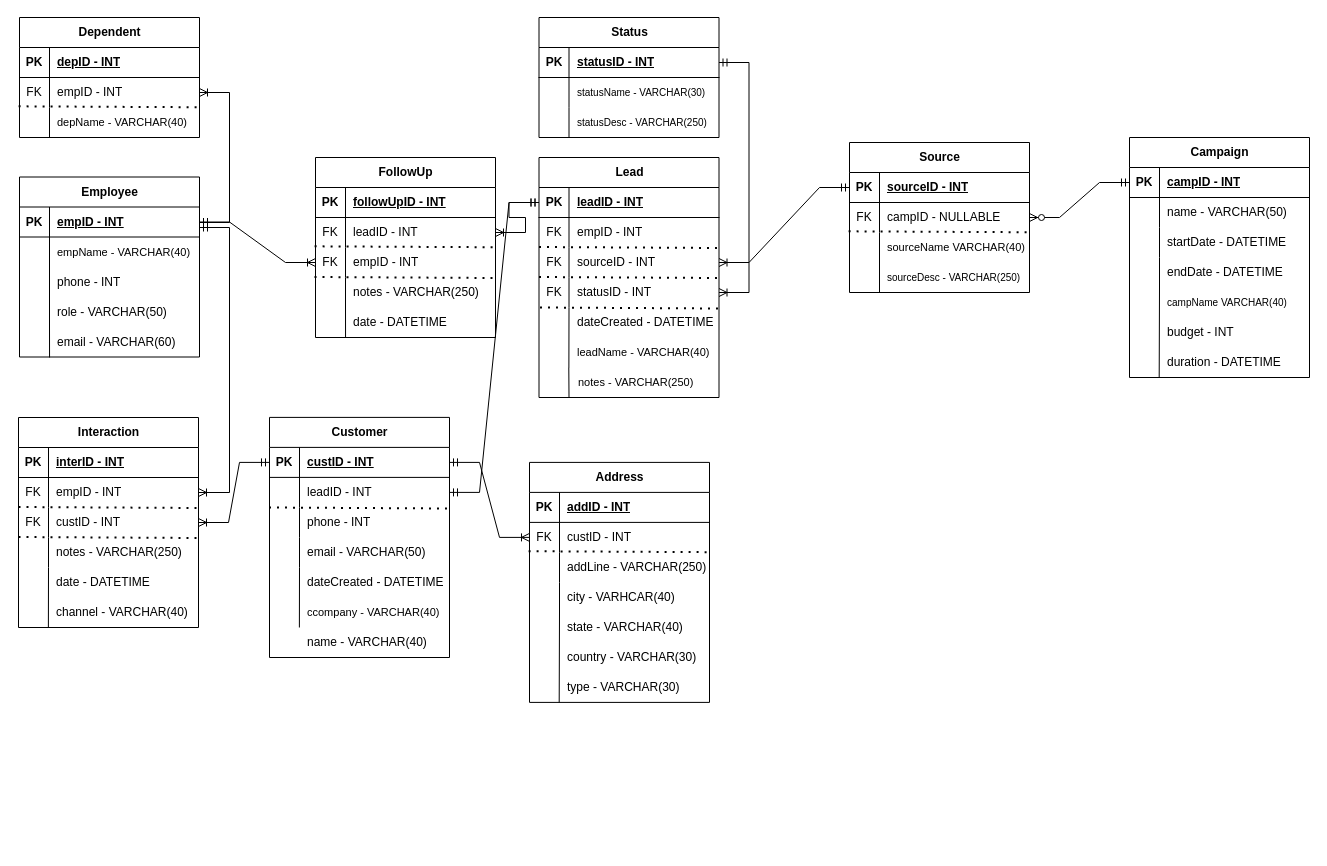
Earlier version of the draw.io diagram mapping.drawio (AnthonyEdward777/CRM-DBMS). Source tidied: cells renumbered, new cells numbered last; positions are measured from the earlier drawing's top-left corner, leaving out a move shared by most shapes. Both pictures are drawn from the tidied source at 100%, with x=0, y=0 at pixel (-21, 17).
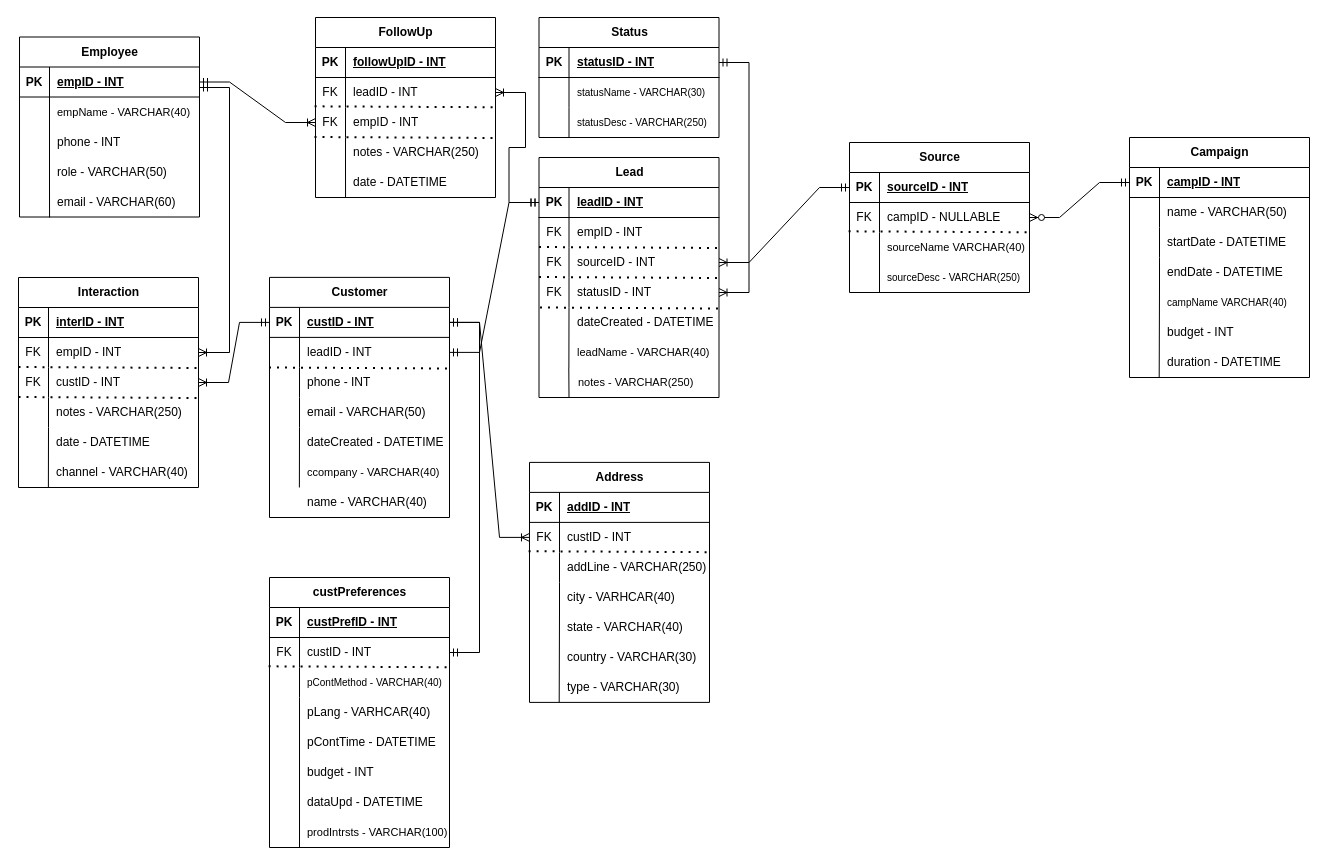
After the change.

Commit message (it also covers changes not shown here):
removed dependants and added custPrefrences

Unchanged cells that the change refers to:
```xml
<mxCell id="85" style="shape=tableRow;horizontal=0;startSize=0;swimlaneHead=0;swimlaneBody=0;fillColor=none;points=[[0,0.5],[1,0.5]];portConstraint=eastwest;top=0;left=0;right=0;bottom=0;swimlaneFillColor=none;labelBorderColor=none;labelBackgroundColor=none;" parent="81" vertex="1">
  <mxGeometry y="60" width="180" height="30" as="geometry" />
</mxCell>
<mxCell id="173" style="shape=tableRow;horizontal=0;startSize=0;swimlaneHead=0;swimlaneBody=0;fillColor=none;points=[[0,0.5],[1,0.5]];portConstraint=eastwest;top=0;left=0;right=0;bottom=1;" parent="172" vertex="1">
  <mxGeometry y="30" width="180" height="30" as="geometry" />
</mxCell>
```

The edit, as a diff of the source:
```diff
@@
-    <mxCell id="26" value="Dependent" style="shape=table;startSize=30;childLayout=tableLayout;rowLines=0;fontStyle=1;align=center;html=1;" parent="1" vertex="1">
-      <mxGeometry x="40" width="180" height="120" as="geometry" />
-    </mxCell>
-    <mxCell id="27" style="shape=tableRow;horizontal=0;startSize=0;swimlaneHead=0;swimlaneBody=0;fillColor=none;top=0;left=0;right=0;bottom=1;" parent="26" vertex="1">
-      <mxGeometry y="30" width="180" height="30" as="geometry" />
-    </mxCell>
-    <mxCell id="28" value="PK" style="shape=partialRectangle;fillColor=none;top=0;left=0;bottom=0;right=0;fontStyle=1;overflow=hidden;whiteSpace=wrap;html=1;" parent="27" vertex="1">
-      <mxGeometry width="30" height="30" as="geometry" />
-    </mxCell>
-    <mxCell id="29" value="depID - INT" style="shape=partialRectangle;fillColor=none;top=0;left=0;bottom=0;right=0;align=left;spacingLeft=6;fontStyle=5;overflow=hidden;whiteSpace=wrap;html=1;" parent="27" vertex="1">
-      <mxGeometry x="30" width="150" height="30" as="geometry" />
-    </mxCell>
-    <mxCell id="30" style="shape=tableRow;horizontal=0;startSize=0;swimlaneHead=0;swimlaneBody=0;fillColor=none;points=[[0,0.5],[1,0.5]];portConstraint=eastwest;top=0;left=0;right=0;bottom=0;swimlaneFillColor=none;labelBorderColor=none;labelBackgroundColor=none;" parent="26" vertex="1">
-      <mxGeometry y="60" width="180" height="30" as="geometry" />
-    </mxCell>
-    <mxCell id="31" value="FK" style="shape=partialRectangle;fillColor=none;top=0;left=0;bottom=0;right=0;overflow=hidden;whiteSpace=wrap;html=1;labelBorderColor=none;labelBackgroundColor=none;swimlaneFillColor=none;" parent="30" vertex="1">
-      <mxGeometry width="30" height="30" as="geometry" />
-    </mxCell>
-    <mxCell id="32" value="empID - INT" style="shape=partialRectangle;fillColor=none;top=0;left=0;bottom=0;right=0;align=left;spacingLeft=6;overflow=hidden;whiteSpace=wrap;html=1;labelBorderColor=none;labelBackgroundColor=none;swimlaneFillColor=none;" parent="30" vertex="1">
-      <mxGeometry x="30" width="150" height="30" as="geometry" />
-    </mxCell>
-    <mxCell id="33" style="shape=tableRow;horizontal=0;startSize=0;swimlaneHead=0;swimlaneBody=0;fillColor=none;points=[[0,0.5],[1,0.5]];portConstraint=eastwest;top=0;left=0;right=0;bottom=0;" parent="26" vertex="1">
-      <mxGeometry y="90" width="180" height="30" as="geometry" />
-    </mxCell>
-    <mxCell id="34" style="shape=partialRectangle;fillColor=none;top=0;left=0;bottom=0;right=0;overflow=hidden;whiteSpace=wrap;html=1;" parent="33" vertex="1">
-      <mxGeometry width="30" height="30" as="geometry" />
-    </mxCell>
-    <mxCell id="35" value="&lt;font style=&quot;font-size: 11px;&quot;&gt;depName - VARCHAR(40)&lt;/font&gt;" style="shape=partialRectangle;fillColor=none;top=0;left=0;bottom=0;right=0;align=left;spacingLeft=6;overflow=hidden;whiteSpace=wrap;html=1;" parent="33" vertex="1">
-      <mxGeometry x="30" width="150" height="30" as="geometry" />
-    </mxCell>
-    <mxCell id="36" style="endArrow=none;dashed=1;html=1;dashPattern=1 3;strokeWidth=2;rounded=0;exitX=-0.005;exitY=-0.039;exitDx=0;exitDy=0;exitPerimeter=0;entryX=0.999;entryY=0.992;entryDx=0;entryDy=0;entryPerimeter=0;" parent="26" edge="1" source="33" target="30">
-      <mxGeometry relative="1" as="geometry" />
-    </mxCell>
@@
     <mxCell id="62" value="FollowUp" style="shape=table;startSize=30;childLayout=tableLayout;rowLines=0;fontStyle=1;align=center;html=1;" parent="1" vertex="1">
-      <mxGeometry x="336" y="140" width="180" height="180" as="geometry" />
+      <mxGeometry x="336" width="180" height="180" as="geometry" />
     </mxCell>
@@
     <mxCell id="76" style="endArrow=none;dashed=1;html=1;dashPattern=1 3;strokeWidth=2;rounded=0;exitX=-0.005;exitY=-0.039;exitDx=0;exitDy=0;exitPerimeter=0;entryX=0.999;entryY=0.992;entryDx=0;entryDy=0;entryPerimeter=0;" parent="1" edge="1">
       <mxGeometry relative="1" as="geometry">
-        <mxPoint x="335" y="259.5" as="sourcePoint" />
-        <mxPoint x="516" y="260.5" as="targetPoint" />
+        <mxPoint x="335" y="119.5" as="sourcePoint" />
+        <mxPoint x="516" y="120.5" as="targetPoint" />
       </mxGeometry>
     </mxCell>
     <mxCell id="77" style="endArrow=none;html=1;rounded=0;exitX=0.167;exitY=1.016;exitDx=0;exitDy=0;exitPerimeter=0;" parent="1" edge="1" source="78">
       <mxGeometry relative="1" as="geometry">
-        <mxPoint x="366" y="289" as="targetPoint" />
+        <mxPoint x="366" y="149" as="targetPoint" />
       </mxGeometry>
     </mxCell>
     <mxCell id="78" style="shape=tableRow;horizontal=0;startSize=0;swimlaneHead=0;swimlaneBody=0;fillColor=none;points=[[0,0.5],[1,0.5]];portConstraint=eastwest;top=0;left=0;right=0;bottom=0;" parent="1" vertex="1">
-      <mxGeometry x="336" y="290" width="180" height="30" as="geometry" />
+      <mxGeometry x="336" y="150" width="180" height="30" as="geometry" />
     </mxCell>
@@
     <mxCell id="81" value="Interaction" style="shape=table;startSize=30;childLayout=tableLayout;rowLines=0;fontStyle=1;align=center;html=1;" parent="1" vertex="1">
-      <mxGeometry x="39" y="400" width="180" height="210" as="geometry" />
+      <mxGeometry x="39" y="260" width="180" height="210" as="geometry" />
     </mxCell>
@@
     <mxCell id="94" style="endArrow=none;html=1;rounded=0;exitX=0.166;exitY=1.003;exitDx=0;exitDy=0;exitPerimeter=0;" parent="1" edge="1" source="100">
       <mxGeometry relative="1" as="geometry">
-        <mxPoint x="69" y="550" as="targetPoint" />
+        <mxPoint x="69" y="410" as="targetPoint" />
       </mxGeometry>
     </mxCell>
     <mxCell id="95" style="endArrow=none;dashed=1;html=1;dashPattern=1 3;strokeWidth=2;rounded=0;exitX=-0.005;exitY=-0.039;exitDx=0;exitDy=0;exitPerimeter=0;entryX=0.999;entryY=0.992;entryDx=0;entryDy=0;entryPerimeter=0;" parent="1" edge="1">
       <mxGeometry relative="1" as="geometry">
-        <mxPoint x="39" y="489.5" as="sourcePoint" />
-        <mxPoint x="220" y="490.5" as="targetPoint" />
+        <mxPoint x="39" y="349.5" as="sourcePoint" />
+        <mxPoint x="220" y="350.5" as="targetPoint" />
       </mxGeometry>
     </mxCell>
     <mxCell id="96" style="endArrow=none;dashed=1;html=1;dashPattern=1 3;strokeWidth=2;rounded=0;exitX=-0.005;exitY=-0.039;exitDx=0;exitDy=0;exitPerimeter=0;entryX=0.999;entryY=0.992;entryDx=0;entryDy=0;entryPerimeter=0;" parent="1" edge="1">
       <mxGeometry relative="1" as="geometry">
-        <mxPoint x="39" y="519.5" as="sourcePoint" />
-        <mxPoint x="220" y="520.5" as="targetPoint" />
+        <mxPoint x="39" y="379.5" as="sourcePoint" />
+        <mxPoint x="220" y="380.5" as="targetPoint" />
       </mxGeometry>
     </mxCell>
     <mxCell id="97" style="shape=tableRow;horizontal=0;startSize=0;swimlaneHead=0;swimlaneBody=0;fillColor=none;top=0;left=0;right=0;bottom=0;" parent="1" vertex="1">
-      <mxGeometry x="39" y="550" width="180" height="30" as="geometry" />
+      <mxGeometry x="39" y="410" width="180" height="30" as="geometry" />
     </mxCell>
@@
     <mxCell id="100" style="shape=tableRow;horizontal=0;startSize=0;swimlaneHead=0;swimlaneBody=0;fillColor=none;points=[[0,0.5],[1,0.5]];portConstraint=eastwest;top=0;left=0;right=0;bottom=0;" parent="1" vertex="1">
-      <mxGeometry x="39" y="580" width="180" height="30" as="geometry" />
+      <mxGeometry x="39" y="440" width="180" height="30" as="geometry" />
     </mxCell>
@@
     <mxCell id="155" value="Employee" style="shape=table;startSize=30;childLayout=tableLayout;rowLines=0;fontStyle=1;align=center;html=1;" parent="1" vertex="1">
-      <mxGeometry x="40" y="159.5" width="180" height="180" as="geometry" />
+      <mxGeometry x="40" y="19.5" width="180" height="180" as="geometry" />
     </mxCell>
@@
     <mxCell id="168" style="endArrow=none;html=1;rounded=0;exitX=0.167;exitY=1.016;exitDx=0;exitDy=0;exitPerimeter=0;" parent="1" edge="1" source="169">
       <mxGeometry relative="1" as="geometry">
-        <mxPoint x="70" y="308.5" as="targetPoint" />
+        <mxPoint x="70" y="168.5" as="targetPoint" />
       </mxGeometry>
     </mxCell>
     <mxCell id="169" style="shape=tableRow;horizontal=0;startSize=0;swimlaneHead=0;swimlaneBody=0;fillColor=none;points=[[0,0.5],[1,0.5]];portConstraint=eastwest;top=0;left=0;right=0;bottom=0;" parent="1" vertex="1">
-      <mxGeometry x="40" y="309.5" width="180" height="30" as="geometry" />
+      <mxGeometry x="40" y="169.5" width="180" height="30" as="geometry" />
     </mxCell>
@@
     <mxCell id="172" value="Customer" style="shape=table;startSize=30;childLayout=tableLayout;rowLines=0;fontStyle=1;align=center;html=1;" parent="1" vertex="1">
-      <mxGeometry x="290" y="399.9" width="180" height="240.1" as="geometry" />
+      <mxGeometry x="290" y="259.9" width="180" height="240.1" as="geometry" />
     </mxCell>
@@
     <mxCell id="185" style="endArrow=none;html=1;rounded=0;exitX=0.166;exitY=1.003;exitDx=0;exitDy=0;exitPerimeter=0;" parent="1" edge="1" source="189">
       <mxGeometry relative="1" as="geometry">
-        <mxPoint x="320" y="549.9" as="targetPoint" />
+        <mxPoint x="320" y="409.9" as="targetPoint" />
       </mxGeometry>
     </mxCell>
     <mxCell id="186" style="shape=tableRow;horizontal=0;startSize=0;swimlaneHead=0;swimlaneBody=0;fillColor=none;top=0;left=0;right=0;bottom=0;" parent="1" vertex="1">
-      <mxGeometry x="290" y="549.9" width="180" height="30" as="geometry" />
+      <mxGeometry x="290" y="409.9" width="180" height="30" as="geometry" />
     </mxCell>
@@
     <mxCell id="189" style="shape=tableRow;horizontal=0;startSize=0;swimlaneHead=0;swimlaneBody=0;fillColor=none;points=[[0,0.5],[1,0.5]];portConstraint=eastwest;top=0;left=0;right=0;bottom=0;" parent="1" vertex="1">
-      <mxGeometry x="290" y="579.9" width="180" height="30" as="geometry" />
+      <mxGeometry x="290" y="439.9" width="180" height="30" as="geometry" />
     </mxCell>
@@
-    <mxCell id="197" style="edgeStyle=entityRelationEdgeStyle;fontSize=12;html=1;endArrow=ERoneToMany;startArrow=ERmandOne;rounded=0;entryX=1;entryY=0.5;entryDx=0;entryDy=0;" parent="1" edge="1" target="30">
-      <mxGeometry relative="1" as="geometry">
-        <mxPoint x="220" y="205" as="sourcePoint" />
-        <Array as="points">
-          <mxPoint y="150" />
-        </Array>
-      </mxGeometry>
-    </mxCell>
@@
     <mxCell id="200" style="edgeStyle=entityRelationEdgeStyle;fontSize=12;html=1;endArrow=ERoneToMany;startArrow=ERmandOne;rounded=0;entryX=1;entryY=0.5;entryDx=0;entryDy=0;" parent="1" edge="1" target="85">
       <mxGeometry relative="1" as="geometry">
-        <mxPoint x="220" y="210" as="sourcePoint" />
+        <mxPoint x="220" y="70" as="sourcePoint" />
       </mxGeometry>
     </mxCell>
     <mxCell id="201" style="shape=tableRow;horizontal=0;startSize=0;swimlaneHead=0;swimlaneBody=0;fillColor=none;top=0;left=0;right=0;bottom=0;swimlaneFillColor=none;labelBorderColor=none;labelBackgroundColor=none;" parent="1" vertex="1">
-      <mxGeometry x="340" y="610" width="180" height="30" as="geometry" />
+      <mxGeometry x="340" y="470" width="180" height="30" as="geometry" />
     </mxCell>
@@
     <mxCell id="203" value="name - VARCHAR(40)" style="shape=partialRectangle;fillColor=none;top=0;left=0;bottom=0;right=0;align=left;spacingLeft=6;overflow=hidden;whiteSpace=wrap;html=1;labelBorderColor=none;labelBackgroundColor=none;swimlaneFillColor=none;" parent="1" vertex="1">
-      <mxGeometry x="320" y="610" width="150" height="30" as="geometry" />
+      <mxGeometry x="320" y="470" width="150" height="30" as="geometry" />
     </mxCell>
     <mxCell id="204" style="endArrow=none;dashed=1;html=1;dashPattern=1 3;strokeWidth=2;rounded=0;exitX=-0.005;exitY=-0.039;exitDx=0;exitDy=0;exitPerimeter=0;entryX=0.999;entryY=0.992;entryDx=0;entryDy=0;entryPerimeter=0;" parent="1" edge="1">
       <mxGeometry relative="1" as="geometry">
-        <mxPoint x="289.5" y="490" as="sourcePoint" />
-        <mxPoint x="470.5" y="491" as="targetPoint" />
+        <mxPoint x="289.5" y="350" as="sourcePoint" />
+        <mxPoint x="470.5" y="351" as="targetPoint" />
       </mxGeometry>
     </mxCell>
@@
+    <mxCell id="206" value="custPreferences" style="shape=table;startSize=30;childLayout=tableLayout;rowLines=0;fontStyle=1;align=center;html=1;" parent="1" vertex="1">
+      <mxGeometry x="290" y="560" width="180" height="270" as="geometry" />
+    </mxCell>
+    <mxCell id="27" style="shape=tableRow;horizontal=0;startSize=0;swimlaneHead=0;swimlaneBody=0;fillColor=none;top=0;left=0;right=0;bottom=1;" parent="206" vertex="1">
+      <mxGeometry y="30" width="180" height="30" as="geometry" />
+    </mxCell>
+    <mxCell id="28" value="PK" style="shape=partialRectangle;fillColor=none;top=0;left=0;bottom=0;right=0;fontStyle=1;overflow=hidden;whiteSpace=wrap;html=1;" parent="27" vertex="1">
+      <mxGeometry width="30" height="30" as="geometry" />
+    </mxCell>
+    <mxCell id="207" value="custPrefID - INT" style="shape=partialRectangle;fillColor=none;top=0;left=0;bottom=0;right=0;align=left;spacingLeft=6;fontStyle=5;overflow=hidden;whiteSpace=wrap;html=1;" parent="27" vertex="1">
+      <mxGeometry x="30" width="150" height="30" as="geometry" />
+    </mxCell>
+    <mxCell id="30" style="shape=tableRow;horizontal=0;startSize=0;swimlaneHead=0;swimlaneBody=0;fillColor=none;points=[[0,0.5],[1,0.5]];portConstraint=eastwest;top=0;left=0;right=0;bottom=0;swimlaneFillColor=none;labelBorderColor=none;labelBackgroundColor=none;" parent="206" vertex="1">
+      <mxGeometry y="60" width="180" height="30" as="geometry" />
+    </mxCell>
+    <mxCell id="31" value="FK" style="shape=partialRectangle;fillColor=none;top=0;left=0;bottom=0;right=0;overflow=hidden;whiteSpace=wrap;html=1;labelBorderColor=none;labelBackgroundColor=none;swimlaneFillColor=none;" parent="30" vertex="1">
+      <mxGeometry width="30" height="30" as="geometry" />
+    </mxCell>
+    <mxCell id="208" value="custID - INT" style="shape=partialRectangle;fillColor=none;top=0;left=0;bottom=0;right=0;align=left;spacingLeft=6;overflow=hidden;whiteSpace=wrap;html=1;labelBorderColor=none;labelBackgroundColor=none;swimlaneFillColor=none;" parent="30" vertex="1">
+      <mxGeometry x="30" width="150" height="30" as="geometry" />
+    </mxCell>
+    <mxCell id="209" style="shape=tableRow;horizontal=0;startSize=0;swimlaneHead=0;swimlaneBody=0;fillColor=none;points=[[0,0.5],[1,0.5]];portConstraint=eastwest;top=0;left=0;right=0;bottom=0;fontSize=11;" parent="206" vertex="1">
+      <mxGeometry y="90" width="180" height="30" as="geometry" />
+    </mxCell>
+    <mxCell id="210" style="shape=partialRectangle;fillColor=none;top=0;left=0;bottom=0;right=0;overflow=hidden;whiteSpace=wrap;html=1;" parent="209" vertex="1">
+      <mxGeometry width="30" height="30" as="geometry" />
+    </mxCell>
+    <mxCell id="211" value="&lt;font style=&quot;font-size: 10px;&quot;&gt;pContMethod - VARCHAR(40)&lt;/font&gt;" style="shape=partialRectangle;fillColor=none;top=0;left=0;bottom=0;right=0;align=left;spacingLeft=6;overflow=hidden;whiteSpace=wrap;html=1;" parent="209" vertex="1">
+      <mxGeometry x="30" width="150" height="30" as="geometry" />
+    </mxCell>
+    <mxCell id="212" style="shape=tableRow;horizontal=0;startSize=0;swimlaneHead=0;swimlaneBody=0;fillColor=none;top=0;left=0;right=0;bottom=0;" parent="206" vertex="1">
+      <mxGeometry y="120" width="180" height="30" as="geometry" />
+    </mxCell>
+    <mxCell id="213" style="shape=partialRectangle;fillColor=none;top=0;left=0;bottom=0;right=0;overflow=hidden;whiteSpace=wrap;html=1;" parent="212" vertex="1">
+      <mxGeometry width="30" height="30" as="geometry" />
+    </mxCell>
+    <mxCell id="214" value="pLang - VARHCAR(40)" style="shape=partialRectangle;fillColor=none;top=0;left=0;bottom=0;right=0;align=left;spacingLeft=6;overflow=hidden;whiteSpace=wrap;html=1;" parent="212" vertex="1">
+      <mxGeometry x="30" width="150" height="30" as="geometry" />
+    </mxCell>
+    <mxCell id="215" style="endArrow=none;dashed=1;html=1;dashPattern=1 3;strokeWidth=2;rounded=0;exitX=-0.005;exitY=-0.039;exitDx=0;exitDy=0;exitPerimeter=0;entryX=0.999;entryY=0.992;entryDx=0;entryDy=0;entryPerimeter=0;" parent="206" edge="1" source="209" target="30">
+      <mxGeometry relative="1" as="geometry" />
+    </mxCell>
+    <mxCell id="216" style="shape=tableRow;horizontal=0;startSize=0;swimlaneHead=0;swimlaneBody=0;fillColor=none;top=0;left=0;right=0;bottom=0;" parent="1" vertex="1">
+      <mxGeometry x="290" y="710" width="180" height="30" as="geometry" />
+    </mxCell>
+    <mxCell id="217" style="shape=partialRectangle;fillColor=none;top=0;left=0;bottom=0;right=0;overflow=hidden;whiteSpace=wrap;html=1;" parent="216" vertex="1">
+      <mxGeometry width="30" height="30" as="geometry" />
+    </mxCell>
+    <mxCell id="218" value="pContTime - DATETIME" style="shape=partialRectangle;fillColor=none;top=0;left=0;bottom=0;right=0;align=left;spacingLeft=6;overflow=hidden;whiteSpace=wrap;html=1;" parent="216" vertex="1">
+      <mxGeometry x="30" width="150" height="30" as="geometry" />
+    </mxCell>
+    <mxCell id="219" style="shape=tableRow;horizontal=0;startSize=0;swimlaneHead=0;swimlaneBody=0;fillColor=none;top=0;left=0;right=0;bottom=0;" parent="1" vertex="1">
+      <mxGeometry x="290" y="740" width="180" height="30" as="geometry" />
+    </mxCell>
+    <mxCell id="220" style="shape=partialRectangle;fillColor=none;top=0;left=0;bottom=0;right=0;overflow=hidden;whiteSpace=wrap;html=1;" parent="219" vertex="1">
+      <mxGeometry width="30" height="30" as="geometry" />
+    </mxCell>
+    <mxCell id="221" value="budget - INT" style="shape=partialRectangle;fillColor=none;top=0;left=0;bottom=0;right=0;align=left;spacingLeft=6;overflow=hidden;whiteSpace=wrap;html=1;" parent="219" vertex="1">
+      <mxGeometry x="30" width="150" height="30" as="geometry" />
+    </mxCell>
+    <mxCell id="222" style="shape=tableRow;horizontal=0;startSize=0;swimlaneHead=0;swimlaneBody=0;fillColor=none;top=0;left=0;right=0;bottom=0;" parent="1" vertex="1">
+      <mxGeometry x="290" y="770" width="180" height="30" as="geometry" />
+    </mxCell>
+    <mxCell id="223" style="shape=partialRectangle;fillColor=none;top=0;left=0;bottom=0;right=0;overflow=hidden;whiteSpace=wrap;html=1;" parent="222" vertex="1">
+      <mxGeometry width="30" height="30" as="geometry" />
+    </mxCell>
+    <mxCell id="224" value="dataUpd - DATETIME" style="shape=partialRectangle;fillColor=none;top=0;left=0;bottom=0;right=0;align=left;spacingLeft=6;overflow=hidden;whiteSpace=wrap;html=1;" parent="222" vertex="1">
+      <mxGeometry x="30" width="150" height="30" as="geometry" />
+    </mxCell>
+    <mxCell id="225" style="endArrow=none;html=1;rounded=0;" parent="1" edge="1">
+      <mxGeometry relative="1" as="geometry">
+        <mxPoint x="320" y="830" as="sourcePoint" />
+        <mxPoint x="320" y="709" as="targetPoint" />
+      </mxGeometry>
+    </mxCell>
+    <mxCell id="226" style="edgeStyle=entityRelationEdgeStyle;fontSize=12;html=1;endArrow=ERmandOne;startArrow=ERmandOne;rounded=0;exitX=1;exitY=0.5;exitDx=0;exitDy=0;" parent="1" edge="1" source="30" target="173">
+      <mxGeometry relative="1" as="geometry" />
+    </mxCell>
+    <mxCell id="227" value="&lt;font style=&quot;font-size: 11px;&quot;&gt;prodIntrsts - VARCHAR(100)&lt;/font&gt;" style="shape=partialRectangle;fillColor=none;top=0;left=0;bottom=0;right=0;align=left;spacingLeft=6;overflow=hidden;whiteSpace=wrap;html=1;" parent="1" vertex="1">
+      <mxGeometry x="320" y="800" width="150" height="30" as="geometry" />
+    </mxCell>
+    <mxCell id="228" style="shape=partialRectangle;fillColor=none;top=0;left=0;bottom=0;right=0;overflow=hidden;whiteSpace=wrap;html=1;" parent="1" vertex="1">
+      <mxGeometry x="290" y="800" width="30" height="30" as="geometry" />
+    </mxCell>
```
